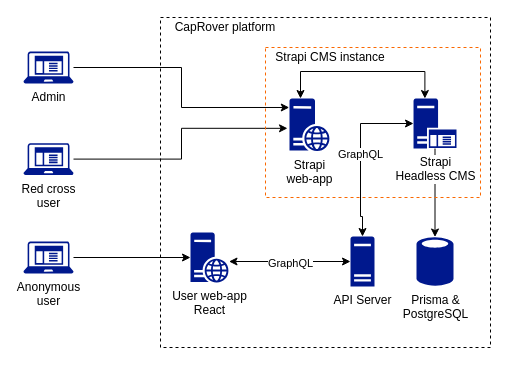
Earlier version of the draw.io diagram docs/rc-ua-architecture.drawio (mrPronin/rc-ua). Source tidied: cells renumbered, new cells numbered last; positions are measured from the earlier drawing's top-left corner, leaving out a move shared by most shapes. Both pictures are drawn from the tidied source at 100%, with x=0, y=0 at pixel (23, 17).
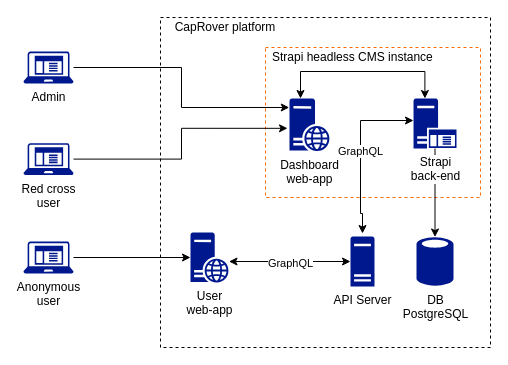
The same page after the edit.

Commit message (it also covers changes not shown here):
docs: update architecture diagramm, add description for components

The edit, as a diff of the source:
```diff
@@
+    <mxCell id="20" style="rounded=0;whiteSpace=wrap;html=1;fillColor=none;dashed=1;fontColor=#ffffff;strokeColor=#fa6801;" parent="1" vertex="1">
+      <mxGeometry x="242" y="30" width="215" height="150" as="geometry" />
+    </mxCell>
@@
-    <mxCell id="9" value="Prisma &amp;amp;&lt;br&gt;PostgreSQL" style="sketch=0;shadow=0;dashed=0;html=1;strokeColor=none;labelPosition=center;verticalLabelPosition=bottom;verticalAlign=top;align=center;fillColor=#00188D;shape=mxgraph.mscae.enterprise.database_generic;" parent="1" vertex="1">
+    <mxCell id="9" value="DB&lt;br&gt;PostgreSQL" style="sketch=0;shadow=0;dashed=0;html=1;strokeColor=none;labelPosition=center;verticalLabelPosition=bottom;verticalAlign=top;align=center;fillColor=#00188D;shape=mxgraph.mscae.enterprise.database_generic;" parent="1" vertex="1">
       <mxGeometry x="393" y="219" width="37" height="50" as="geometry" />
     </mxCell>
@@
-    <mxCell id="13" value="Strapi&lt;br&gt;Headless CMS" style="sketch=0;shadow=0;dashed=0;html=1;strokeColor=none;labelPosition=center;verticalLabelPosition=bottom;verticalAlign=top;align=center;fillColor=#00188D;shape=mxgraph.mscae.enterprise.application_server;labelBackgroundColor=default;" parent="1" vertex="1">
+    <mxCell id="13" value="Strapi&lt;br&gt;back-end" style="sketch=0;shadow=0;dashed=0;html=1;strokeColor=none;labelPosition=center;verticalLabelPosition=bottom;verticalAlign=top;align=center;fillColor=#00188D;shape=mxgraph.mscae.enterprise.application_server;labelBackgroundColor=default;" parent="1" vertex="1">
       <mxGeometry x="390" y="81" width="43" height="50" as="geometry" />
     </mxCell>
-    <mxCell id="14" value="User web-app&lt;br&gt;React" style="sketch=0;shadow=0;dashed=0;html=1;strokeColor=none;labelPosition=center;verticalLabelPosition=bottom;verticalAlign=top;align=center;fillColor=#00188D;shape=mxgraph.mscae.enterprise.web_server;" parent="1" vertex="1">
+    <mxCell id="14" value="User&lt;br&gt;web-app" style="sketch=0;shadow=0;dashed=0;html=1;strokeColor=none;labelPosition=center;verticalLabelPosition=bottom;verticalAlign=top;align=center;fillColor=#00188D;shape=mxgraph.mscae.enterprise.web_server;" parent="1" vertex="1">
       <mxGeometry x="167" y="215" width="38" height="50" as="geometry" />
     </mxCell>
@@
-    <mxCell id="16" value="Strapi&lt;br&gt;web-app" style="sketch=0;shadow=0;dashed=0;html=1;strokeColor=none;labelPosition=center;verticalLabelPosition=bottom;verticalAlign=top;align=center;fillColor=#00188D;shape=mxgraph.mscae.enterprise.web_server;" parent="1" vertex="1">
+    <mxCell id="16" value="Dashboard&lt;br&gt;web-app" style="sketch=0;shadow=0;dashed=0;html=1;strokeColor=none;labelPosition=center;verticalLabelPosition=bottom;verticalAlign=top;align=center;fillColor=#00188D;shape=mxgraph.mscae.enterprise.web_server;" parent="1" vertex="1">
       <mxGeometry x="266" y="81" width="40" height="52.6" as="geometry" />
     </mxCell>
@@
     <mxCell id="18" value="GraphQL" style="edgeStyle=orthogonalEdgeStyle;rounded=0;orthogonalLoop=1;jettySize=auto;html=1;entryX=0;entryY=0.5;entryDx=0;entryDy=0;entryPerimeter=0;startArrow=classic;startFill=1;" parent="1" edge="1">
       <mxGeometry relative="1" as="geometry">
-        <mxPoint x="339" y="219" as="sourcePoint" />
-        <mxPoint x="390" y="106" as="targetPoint" />
+        <mxPoint x="339" y="216" as="sourcePoint" />
+        <mxPoint x="390" y="103" as="targetPoint" />
         <Array as="points">
-          <mxPoint x="339" y="199" />
-          <mxPoint x="337" y="199" />
-          <mxPoint x="337" y="106" />
+          <mxPoint x="339" y="196" />
+          <mxPoint x="337" y="196" />
+          <mxPoint x="337" y="103" />
         </Array>
       </mxGeometry>
     </mxCell>
@@
-    <mxCell id="20" style="rounded=0;whiteSpace=wrap;html=1;fillColor=none;dashed=1;fontColor=#ffffff;strokeColor=#fa6801;" parent="1" vertex="1">
-      <mxGeometry x="242" y="30" width="215" height="150" as="geometry" />
-    </mxCell>
-    <mxCell id="21" value="Strapi CMS instance" style="rounded=0;whiteSpace=wrap;html=1;fillColor=none;strokeColor=none;" parent="1" vertex="1">
-      <mxGeometry x="247" y="30" width="120" height="20" as="geometry" />
+    <mxCell id="21" value="Strapi headless CMS instance" style="rounded=0;whiteSpace=wrap;html=1;fillColor=none;strokeColor=none;align=left;" parent="1" vertex="1">
+      <mxGeometry x="247" y="30" width="170" height="20" as="geometry" />
     </mxCell>
```
